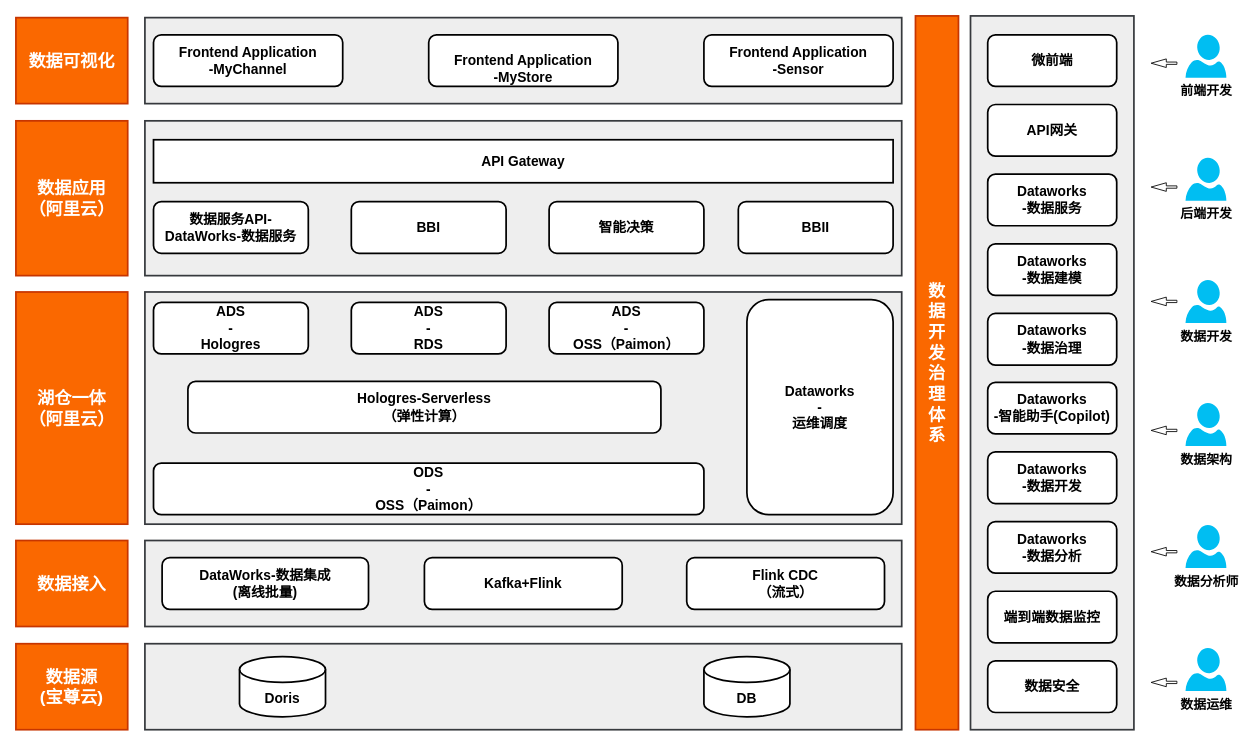
jackie-thank/beego-authz keeps this draw.io diagram as page "第 13 页" (13 of 13) of indicator-platform.drawio. Above is the earlier version. Source tidied: cells renumbered, new cells numbered last; positions are measured from the earlier drawing's top-left corner, leaving out a move shared by most shapes. Both pictures are drawn from the tidied source at 86%, with x=0, y=0 at pixel (15, 15).
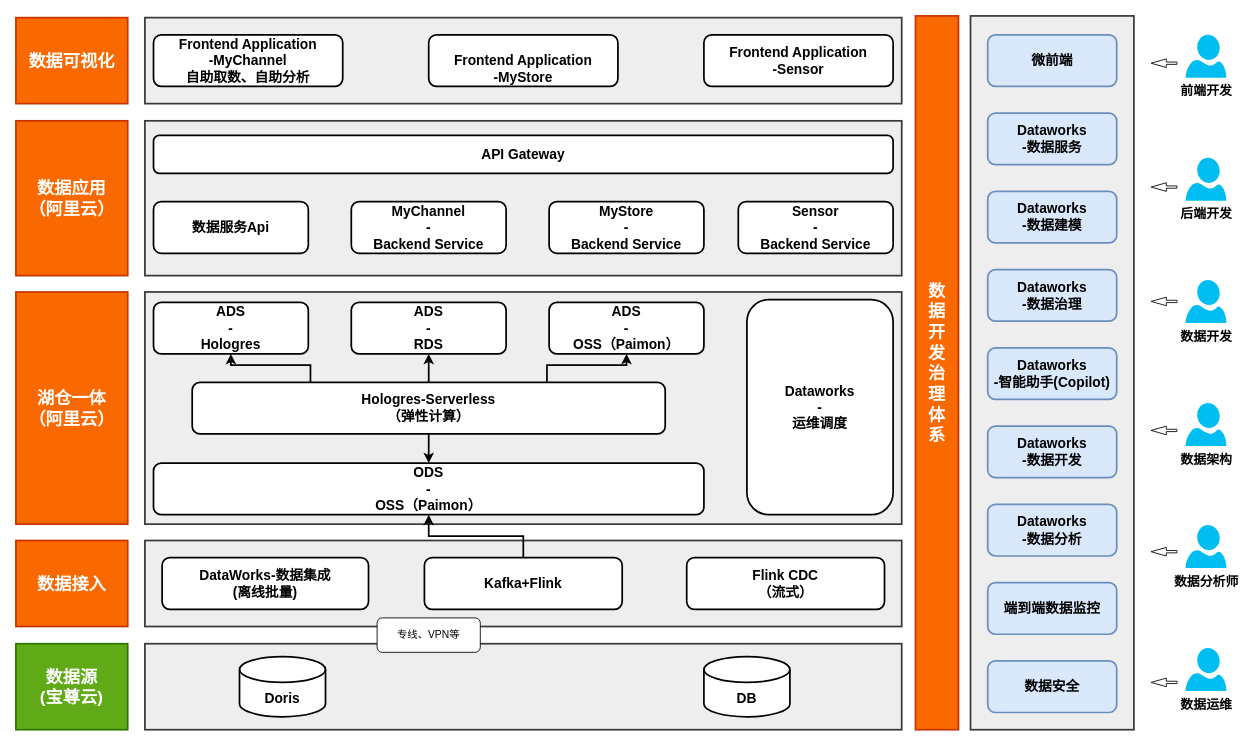
After the change.

Unchanged cells that the change refers to:
```xml
<mxCell id="6" value="&lt;div&gt;ODS&lt;/div&gt;&lt;div&gt;-&lt;/div&gt;&lt;div&gt;OSS（Paimon）&lt;/div&gt;" style="rounded=1;whiteSpace=wrap;html=1;strokeWidth=2;fontSize=16;fontStyle=1;" parent="1" vertex="1">
  <mxGeometry x="160" y="520" width="640" height="60" as="geometry" />
</mxCell>
<mxCell id="7" value="&lt;div&gt;ADS&lt;/div&gt;&lt;div&gt;-&lt;/div&gt;&lt;div&gt;RDS&lt;br&gt;&lt;/div&gt;" style="rounded=1;whiteSpace=wrap;html=1;strokeWidth=2;fontSize=16;fontStyle=1;" parent="1" vertex="1">
  <mxGeometry x="390" y="333" width="180" height="60" as="geometry" />
</mxCell>
<mxCell id="29" value="&lt;div&gt;ADS&lt;/div&gt;&lt;div&gt;-&lt;/div&gt;&lt;div&gt;Hologres&lt;/div&gt;" style="rounded=1;whiteSpace=wrap;html=1;strokeWidth=2;fontSize=16;fontStyle=1;" parent="1" vertex="1">
  <mxGeometry x="160" y="333" width="180" height="60" as="geometry" />
</mxCell>
<mxCell id="30" value="&lt;div&gt;ADS&lt;/div&gt;&lt;div&gt;-&lt;/div&gt;&lt;div&gt;OSS（Paimon）&lt;/div&gt;" style="rounded=1;whiteSpace=wrap;html=1;strokeWidth=2;fontSize=16;fontStyle=1;" parent="1" vertex="1">
  <mxGeometry x="620" y="333" width="180" height="60" as="geometry" />
</mxCell>
<mxCell id="34" value="Kafka+Flink" style="rounded=1;whiteSpace=wrap;html=1;strokeWidth=2;fontSize=16;fontStyle=1;" parent="1" vertex="1">
  <mxGeometry x="475" y="630" width="230" height="60" as="geometry" />
</mxCell>
```

What changed in the source:
```diff
@@
-    <mxCell id="9" value="&lt;div style=&quot;font-size: 20px;&quot;&gt;数据源&lt;/div&gt;&lt;div style=&quot;font-size: 20px;&quot;&gt;(宝尊云)&lt;br style=&quot;font-size: 20px;&quot;&gt;&lt;/div&gt;" style="rounded=0;whiteSpace=wrap;html=1;strokeWidth=2;fontStyle=1;fontSize=20;fillColor=#fa6800;fontColor=#FFFFFF;strokeColor=#C73500;" parent="1" vertex="1">
+    <mxCell id="9" value="&lt;div style=&quot;font-size: 20px;&quot;&gt;数据源&lt;/div&gt;&lt;div style=&quot;font-size: 20px;&quot;&gt;(宝尊云)&lt;br style=&quot;font-size: 20px;&quot;&gt;&lt;/div&gt;" style="rounded=0;whiteSpace=wrap;html=1;strokeWidth=2;fontStyle=1;fontSize=20;fillColor=#60a917;fontColor=#ffffff;strokeColor=#2D7600;" parent="1" vertex="1">
       <mxGeometry y="730" width="130" height="100" as="geometry" />
     </mxCell>
@@
-    <mxCell id="16" value="&lt;div&gt;数据服务API-DataWorks-数据服务&lt;/div&gt;" style="rounded=1;whiteSpace=wrap;html=1;strokeWidth=2;fontSize=16;fontStyle=1;flipH=0;" parent="1" vertex="1">
+    <mxCell id="16" value="&lt;div&gt;数据服务Api&lt;/div&gt;" style="rounded=1;whiteSpace=wrap;html=1;strokeWidth=2;fontSize=16;fontStyle=1;flipH=0;" parent="1" vertex="1">
       <mxGeometry x="160" y="216" width="180" height="60" as="geometry" />
     </mxCell>
-    <mxCell id="17" value="智能决策" style="rounded=1;whiteSpace=wrap;html=1;strokeWidth=2;fontSize=16;fontStyle=1;flipH=0;" parent="1" vertex="1">
+    <mxCell id="17" value="&lt;div&gt;MyStore&lt;/div&gt;&lt;div&gt;-&lt;/div&gt;&lt;div&gt;Backend Service&lt;br&gt;&lt;/div&gt;" style="rounded=1;whiteSpace=wrap;html=1;strokeWidth=2;fontSize=16;fontStyle=1;flipH=0;" parent="1" vertex="1">
       <mxGeometry x="620" y="216" width="180" height="60" as="geometry" />
     </mxCell>
@@
-    <mxCell id="19" value="&lt;div&gt;Frontend Application&lt;/div&gt;&lt;div&gt;-MyChannel&lt;/div&gt;" style="rounded=1;whiteSpace=wrap;html=1;strokeWidth=2;fontSize=16;fontStyle=1;" parent="1" vertex="1">
+    <mxCell id="19" value="&lt;div&gt;Frontend Application&lt;/div&gt;&lt;div&gt;-MyChannel&lt;/div&gt;&lt;div&gt;自助取数、自助分析&lt;br&gt;&lt;/div&gt;" style="rounded=1;whiteSpace=wrap;html=1;strokeWidth=2;fontSize=16;fontStyle=1;" parent="1" vertex="1">
       <mxGeometry x="160" y="22" width="220" height="60" as="geometry" />
     </mxCell>
@@
-    <mxCell id="22" value="BBI" style="rounded=1;whiteSpace=wrap;html=1;strokeWidth=2;fontSize=16;fontStyle=1;flipH=0;" parent="1" vertex="1">
+    <mxCell id="22" value="&lt;div&gt;MyChannel&lt;/div&gt;&lt;div&gt;-&lt;/div&gt;&lt;div&gt;Backend Service&lt;br&gt;&lt;/div&gt;" style="rounded=1;whiteSpace=wrap;html=1;strokeWidth=2;fontSize=16;fontStyle=1;flipH=0;" parent="1" vertex="1">
       <mxGeometry x="390" y="216" width="180" height="60" as="geometry" />
     </mxCell>
-    <mxCell id="23" value="BBII" style="rounded=1;whiteSpace=wrap;html=1;strokeWidth=2;fontSize=16;fontStyle=1;flipH=0;" parent="1" vertex="1">
+    <mxCell id="23" value="&lt;div&gt;Sensor&lt;/div&gt;&lt;div&gt;-&lt;/div&gt;&lt;div&gt;Backend Service&lt;br&gt;&lt;/div&gt;" style="rounded=1;whiteSpace=wrap;html=1;strokeWidth=2;fontSize=16;fontStyle=1;flipH=0;" parent="1" vertex="1">
       <mxGeometry x="840" y="216" width="180" height="60" as="geometry" />
     </mxCell>
@@
-    <mxCell id="28" value="API Gateway" style="rounded=1;whiteSpace=wrap;html=1;strokeWidth=2;fontSize=16;fontStyle=1;arcSize=0;" parent="1" vertex="1">
-      <mxGeometry x="160" y="144" width="860" height="50" as="geometry" />
-    </mxCell>
@@
-    <mxCell id="31" value="&lt;div&gt;Dataworks&lt;/div&gt;&lt;div&gt;-数据治理&lt;br&gt;&lt;/div&gt;" style="rounded=1;whiteSpace=wrap;html=1;strokeWidth=2;fontSize=16;fontStyle=1;flipV=0;" parent="1" vertex="1">
-      <mxGeometry x="1130" y="346" width="150" height="60" as="geometry" />
+    <mxCell id="31" value="&lt;div&gt;Dataworks&lt;/div&gt;&lt;div&gt;-数据治理&lt;br&gt;&lt;/div&gt;" style="rounded=1;whiteSpace=wrap;html=1;strokeWidth=2;fontSize=16;fontStyle=1;flipV=0;fillColor=#dae8fc;strokeColor=#6c8ebf;" parent="1" vertex="1">
+      <mxGeometry x="1130" y="295" width="150" height="60" as="geometry" />
     </mxCell>
-    <mxCell id="32" value="&lt;div&gt;Dataworks&lt;/div&gt;&lt;div&gt;-数据服务&lt;/div&gt;" style="rounded=1;whiteSpace=wrap;html=1;strokeWidth=2;fontSize=16;fontStyle=1;flipV=0;" parent="1" vertex="1">
-      <mxGeometry x="1130" y="184" width="150" height="60" as="geometry" />
+    <mxCell id="32" value="&lt;div&gt;Dataworks&lt;/div&gt;&lt;div&gt;-数据服务&lt;/div&gt;" style="rounded=1;whiteSpace=wrap;html=1;strokeWidth=2;fontSize=16;fontStyle=1;flipV=0;fillColor=#dae8fc;strokeColor=#6c8ebf;" parent="1" vertex="1">
+      <mxGeometry x="1130" y="113" width="150" height="60" as="geometry" />
     </mxCell>
-    <mxCell id="33" value="微前端" style="rounded=1;whiteSpace=wrap;html=1;strokeWidth=2;fontSize=16;fontStyle=1;flipV=0;" parent="1" vertex="1">
+    <mxCell id="33" value="微前端" style="rounded=1;whiteSpace=wrap;html=1;strokeWidth=2;fontSize=16;fontStyle=1;flipV=0;fillColor=#dae8fc;strokeColor=#6c8ebf;" parent="1" vertex="1">
       <mxGeometry x="1130" y="22" width="150" height="60" as="geometry" />
     </mxCell>
+    <mxCell id="55" style="edgeStyle=orthogonalEdgeStyle;rounded=0;jettySize=auto;html=1;exitX=0.5;exitY=0;exitDx=0;exitDy=0;entryX=0.5;entryY=1;entryDx=0;entryDy=0;strokeWidth=2;" parent="1" edge="1" source="34" target="6">
+      <mxGeometry relative="1" as="geometry" />
+    </mxCell>
@@
-    <mxCell id="35" value="端到端数据监控" style="rounded=1;whiteSpace=wrap;html=1;strokeWidth=2;fontSize=16;fontStyle=1;flipV=0;" parent="1" vertex="1">
-      <mxGeometry x="1130" y="669" width="150" height="60" as="geometry" />
+    <mxCell id="35" value="端到端数据监控" style="rounded=1;whiteSpace=wrap;html=1;strokeWidth=2;fontSize=16;fontStyle=1;flipV=0;fillColor=#dae8fc;strokeColor=#6c8ebf;" parent="1" vertex="1">
+      <mxGeometry x="1130" y="659" width="150" height="60" as="geometry" />
     </mxCell>
-    <mxCell id="36" value="&lt;div&gt;Dataworks&lt;/div&gt;&lt;div&gt;-数据开发&lt;br&gt;&lt;/div&gt;" style="rounded=1;whiteSpace=wrap;html=1;strokeWidth=2;fontSize=16;fontStyle=1;flipV=0;" parent="1" vertex="1">
-      <mxGeometry x="1130" y="507" width="150" height="60" as="geometry" />
+    <mxCell id="36" value="&lt;div&gt;Dataworks&lt;/div&gt;&lt;div&gt;-数据开发&lt;br&gt;&lt;/div&gt;" style="rounded=1;whiteSpace=wrap;html=1;strokeWidth=2;fontSize=16;fontStyle=1;flipV=0;fillColor=#dae8fc;strokeColor=#6c8ebf;" parent="1" vertex="1">
+      <mxGeometry x="1130" y="477" width="150" height="60" as="geometry" />
     </mxCell>
-    <mxCell id="37" value="&lt;div&gt;Dataworks&lt;/div&gt;&lt;div&gt;-数据分析&lt;br&gt;&lt;/div&gt;" style="rounded=1;whiteSpace=wrap;html=1;strokeWidth=2;fontSize=16;fontStyle=1;flipV=0;" parent="1" vertex="1">
-      <mxGeometry x="1130" y="588" width="150" height="60" as="geometry" />
+    <mxCell id="37" value="&lt;div&gt;Dataworks&lt;/div&gt;&lt;div&gt;-数据分析&lt;br&gt;&lt;/div&gt;" style="rounded=1;whiteSpace=wrap;html=1;strokeWidth=2;fontSize=16;fontStyle=1;flipV=0;fillColor=#dae8fc;strokeColor=#6c8ebf;" parent="1" vertex="1">
+      <mxGeometry x="1130" y="568" width="150" height="60" as="geometry" />
     </mxCell>
-    <mxCell id="38" value="&lt;div&gt;Dataworks&lt;/div&gt;&lt;div&gt;-数据建模&lt;br&gt;&lt;/div&gt;" style="rounded=1;whiteSpace=wrap;html=1;strokeWidth=2;fontSize=16;fontStyle=1;flipV=0;" parent="1" vertex="1">
-      <mxGeometry x="1130" y="265" width="150" height="60" as="geometry" />
+    <mxCell id="38" value="&lt;div&gt;Dataworks&lt;/div&gt;&lt;div&gt;-数据建模&lt;br&gt;&lt;/div&gt;" style="rounded=1;whiteSpace=wrap;html=1;strokeWidth=2;fontSize=16;fontStyle=1;flipV=0;fillColor=#dae8fc;strokeColor=#6c8ebf;" parent="1" vertex="1">
+      <mxGeometry x="1130" y="204" width="150" height="60" as="geometry" />
     </mxCell>
-    <mxCell id="39" value="API网关" style="rounded=1;whiteSpace=wrap;html=1;strokeWidth=2;fontSize=16;fontStyle=1;flipV=0;" parent="1" vertex="1">
-      <mxGeometry x="1130" y="103" width="150" height="60" as="geometry" />
-    </mxCell>
-    <mxCell id="40" value="数据安全" style="rounded=1;whiteSpace=wrap;html=1;strokeWidth=2;fontSize=16;fontStyle=1;flipV=0;" parent="1" vertex="1">
+    <mxCell id="40" value="数据安全" style="rounded=1;whiteSpace=wrap;html=1;strokeWidth=2;fontSize=16;fontStyle=1;flipV=0;fillColor=#dae8fc;strokeColor=#6c8ebf;" parent="1" vertex="1">
       <mxGeometry x="1130" y="750" width="150" height="60" as="geometry" />
     </mxCell>
@@
+    <mxCell id="56" style="edgeStyle=orthogonalEdgeStyle;rounded=0;jettySize=auto;html=1;exitX=0.5;exitY=1;exitDx=0;exitDy=0;fontSize=15;fontStyle=1;strokeWidth=2;" parent="1" edge="1" source="46" target="6">
+      <mxGeometry relative="1" as="geometry" />
+    </mxCell>
+    <mxCell id="57" style="edgeStyle=orthogonalEdgeStyle;rounded=0;jettySize=auto;html=1;exitX=0.25;exitY=0;exitDx=0;exitDy=0;entryX=0.5;entryY=1;entryDx=0;entryDy=0;fontSize=15;fontStyle=1;strokeWidth=2;" parent="1" edge="1" source="46" target="29">
+      <mxGeometry relative="1" as="geometry" />
+    </mxCell>
+    <mxCell id="58" style="edgeStyle=orthogonalEdgeStyle;rounded=0;jettySize=auto;html=1;exitX=0.5;exitY=0;exitDx=0;exitDy=0;entryX=0.5;entryY=1;entryDx=0;entryDy=0;fontSize=15;fontStyle=1;strokeWidth=2;" parent="1" edge="1" source="46" target="7">
+      <mxGeometry relative="1" as="geometry" />
+    </mxCell>
+    <mxCell id="59" style="edgeStyle=orthogonalEdgeStyle;rounded=0;jettySize=auto;html=1;exitX=0.75;exitY=0;exitDx=0;exitDy=0;entryX=0.5;entryY=1;entryDx=0;entryDy=0;fontSize=15;fontStyle=1;strokeWidth=2;" parent="1" edge="1" source="46" target="30">
+      <mxGeometry relative="1" as="geometry" />
+    </mxCell>
     <mxCell id="46" value="&lt;div&gt;Hologres-Serverless&lt;/div&gt;&lt;div&gt;（弹性计算）&lt;/div&gt;" style="rounded=1;whiteSpace=wrap;html=1;strokeWidth=2;fontSize=16;fontStyle=1;" parent="1" vertex="1">
-      <mxGeometry x="200" y="425" width="550" height="60" as="geometry" />
+      <mxGeometry x="205" y="426" width="550" height="60" as="geometry" />
     </mxCell>
@@
-    <mxCell id="54" value="&lt;div&gt;Dataworks&lt;/div&gt;&lt;div&gt;-智能助手(Copilot)&lt;br&gt;&lt;/div&gt;" style="rounded=1;whiteSpace=wrap;html=1;strokeWidth=2;fontSize=16;fontStyle=1;flipV=0;" parent="1" vertex="1">
-      <mxGeometry x="1130" y="426" width="150" height="60" as="geometry" />
+    <mxCell id="54" value="&lt;div&gt;Dataworks&lt;/div&gt;&lt;div&gt;-智能助手(Copilot)&lt;br&gt;&lt;/div&gt;" style="rounded=1;whiteSpace=wrap;html=1;strokeWidth=2;fontSize=16;fontStyle=1;flipV=0;fillColor=#dae8fc;strokeColor=#6c8ebf;" parent="1" vertex="1">
+      <mxGeometry x="1130" y="386" width="150" height="60" as="geometry" />
     </mxCell>
+    <mxCell id="60" value="专线、VPN等" style="rounded=1;whiteSpace=wrap;html=1;" parent="1" vertex="1">
+      <mxGeometry x="420" y="700" width="120" height="40" as="geometry" />
+    </mxCell>
+    <mxCell id="28" value="API Gateway" style="rounded=1;whiteSpace=wrap;html=1;strokeWidth=2;fontSize=16;fontStyle=1;" parent="1" vertex="1">
+      <mxGeometry x="160" y="139" width="860" height="44" as="geometry" />
+    </mxCell>
```
